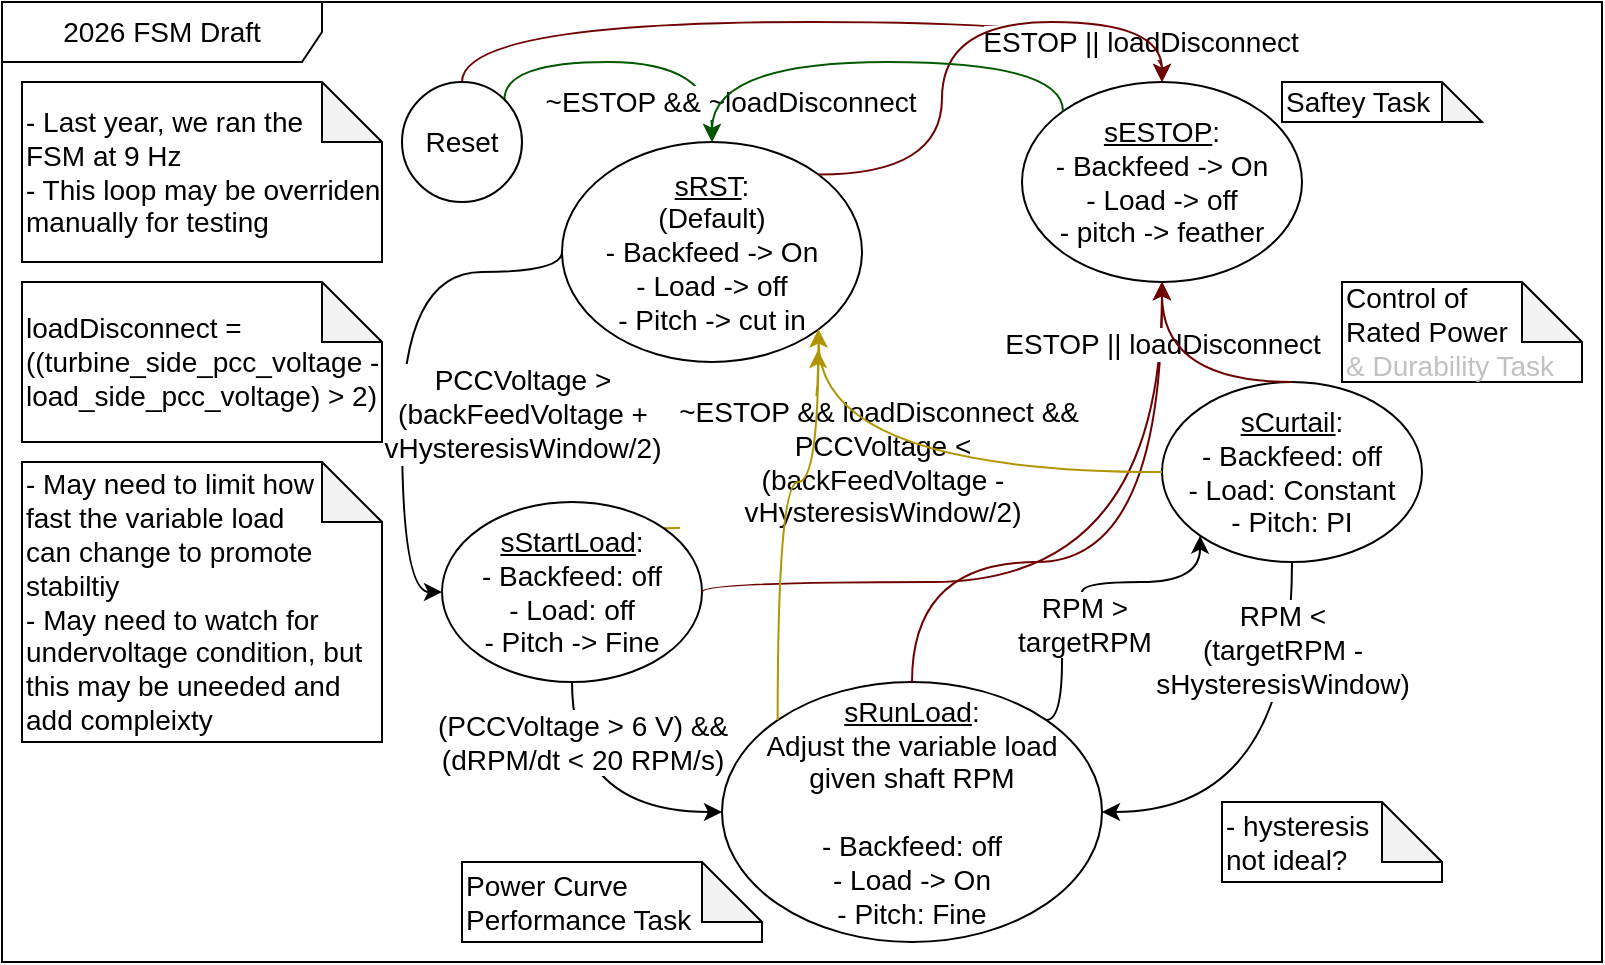
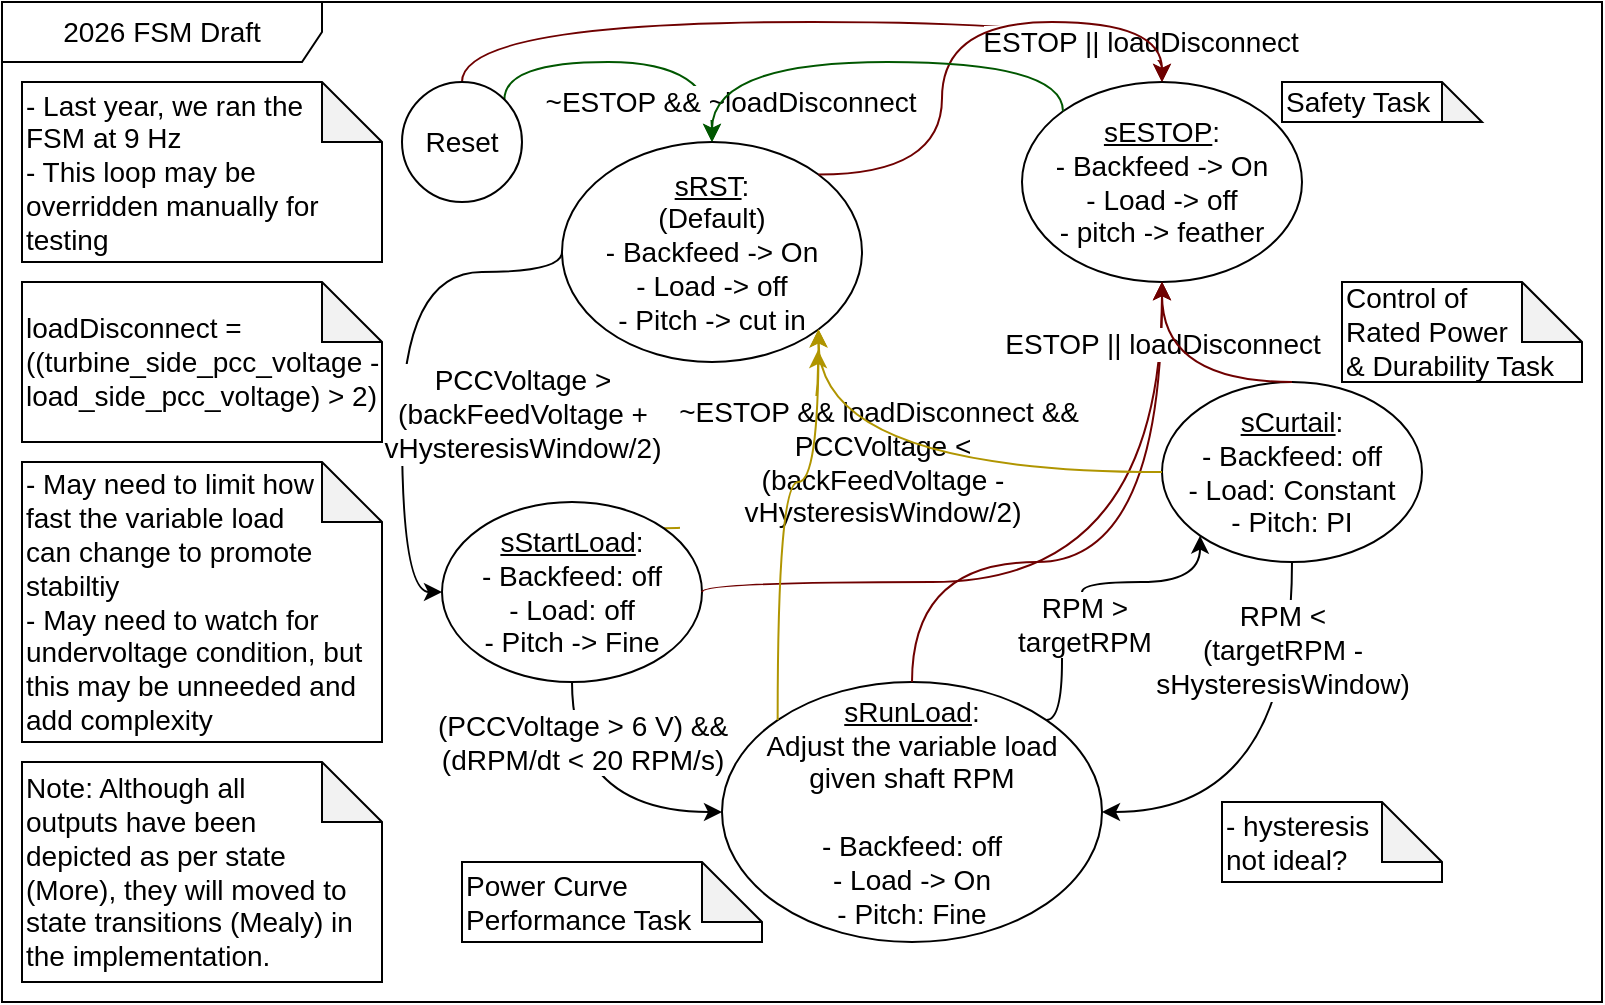
<mxfile host="65bd71144e">
    <diagram id="SB79aGflLbm6-LKJB5wv" name="Page-1">
-         <mxGraphModel dx="835" dy="476" grid="1" gridSize="10" guides="1" tooltips="1" connect="1" arrows="1" fold="1" page="1" pageScale="1" pageWidth="850" pageHeight="1100" math="0" shadow="0">
+         <mxGraphModel dx="1002" dy="571" grid="1" gridSize="10" guides="1" tooltips="1" connect="1" arrows="1" fold="1" page="1" pageScale="1" pageWidth="850" pageHeight="1100" math="0" shadow="0">
            <root>
                <mxCell id="0"/>
                <mxCell id="1" parent="0"/>
                <mxCell id="31" value="&lt;font style=&quot;font-size: 14px;&quot;&gt;2026 FSM Draft&lt;/font&gt;" style="shape=umlFrame;whiteSpace=wrap;html=1;pointerEvents=0;recursiveResize=0;container=1;collapsible=0;width=160;" parent="1" vertex="1">
-                     <mxGeometry x="10" y="10" width="800" height="480" as="geometry"/>
+                     <mxGeometry x="10" y="10" width="800" height="500" as="geometry"/>
                </mxCell>
-                 <mxCell id="43" value="&lt;font&gt;&lt;span style=&quot;font-size: 14px;&quot;&gt;- May need to&amp;nbsp;&lt;/span&gt;&lt;span style=&quot;font-size: 14px; background-color: transparent;&quot;&gt;limit how&lt;/span&gt;&lt;/font&gt;&lt;div&gt;&lt;span style=&quot;font-size: 14px; background-color: transparent;&quot;&gt;&lt;font&gt;fast the variable load&lt;/font&gt;&lt;/span&gt;&lt;/div&gt;&lt;div&gt;&lt;span style=&quot;font-size: 14px; background-color: transparent;&quot;&gt;&lt;font&gt;can change to promote stabiltiy&lt;/font&gt;&lt;/span&gt;&lt;div&gt;&lt;font&gt;&lt;span style=&quot;font-size: 14px;&quot;&gt;-&amp;nbsp;&lt;/span&gt;&lt;span style=&quot;font-size: 14px; text-align: center; background-color: transparent;&quot;&gt;May need to watch for undervoltage condition, but this may be uneeded and add compleixty&lt;/span&gt;&lt;/font&gt;&lt;/div&gt;&lt;/div&gt;" style="shape=note;whiteSpace=wrap;html=1;backgroundOutline=1;darkOpacity=0.05;align=left;" parent="31" vertex="1">
+                 <mxCell id="43" value="&lt;font&gt;&lt;span style=&quot;font-size: 14px;&quot;&gt;- May need to&amp;nbsp;&lt;/span&gt;&lt;span style=&quot;font-size: 14px; background-color: transparent;&quot;&gt;limit how&lt;/span&gt;&lt;/font&gt;&lt;div&gt;&lt;span style=&quot;font-size: 14px; background-color: transparent;&quot;&gt;&lt;font&gt;fast the variable load&lt;/font&gt;&lt;/span&gt;&lt;/div&gt;&lt;div&gt;&lt;span style=&quot;font-size: 14px; background-color: transparent;&quot;&gt;&lt;font&gt;can change to promote stabiltiy&lt;/font&gt;&lt;/span&gt;&lt;div&gt;&lt;font&gt;&lt;span style=&quot;font-size: 14px;&quot;&gt;-&amp;nbsp;&lt;/span&gt;&lt;span style=&quot;font-size: 14px; text-align: center; background-color: transparent;&quot;&gt;May need to watch for undervoltage condition, but this may be unneeded and add complexity&lt;/span&gt;&lt;/font&gt;&lt;/div&gt;&lt;/div&gt;" style="shape=note;whiteSpace=wrap;html=1;backgroundOutline=1;darkOpacity=0.05;align=left;" parent="31" vertex="1">
                    <mxGeometry x="10" y="230" width="180" height="140" as="geometry"/>
                </mxCell>
-                 <mxCell id="4" value="&lt;font style=&quot;font-size: 14px;&quot;&gt;- Last year, we ran the&lt;/font&gt;&lt;div&gt;&lt;font style=&quot;font-size: 14px;&quot;&gt;FSM at 9 Hz&lt;/font&gt;&lt;div&gt;&lt;font style=&quot;font-size: 14px;&quot;&gt;- This loop may be overriden manually for testing&lt;/font&gt;&lt;/div&gt;&lt;/div&gt;" style="shape=note;whiteSpace=wrap;html=1;backgroundOutline=1;darkOpacity=0.05;align=left;" parent="31" vertex="1">
+                 <mxCell id="4" value="&lt;font style=&quot;font-size: 14px;&quot;&gt;- Last year, we ran the&lt;/font&gt;&lt;div&gt;&lt;font style=&quot;font-size: 14px;&quot;&gt;FSM at 9 Hz&lt;/font&gt;&lt;div&gt;&lt;font style=&quot;font-size: 14px;&quot;&gt;- This loop may be overridden manually for testing&lt;/font&gt;&lt;/div&gt;&lt;/div&gt;" style="shape=note;whiteSpace=wrap;html=1;backgroundOutline=1;darkOpacity=0.05;align=left;" parent="31" vertex="1">
                    <mxGeometry x="10" y="40" width="180" height="90" as="geometry"/>
                </mxCell>
                <mxCell id="20" value="&lt;font style=&quot;font-size: 14px;&quot;&gt;loadDisconnect = ((turbine_side_pcc_voltage - load_side_pcc_voltage) &amp;gt; 2)&lt;/font&gt;" style="shape=note;whiteSpace=wrap;html=1;backgroundOutline=1;darkOpacity=0.05;align=left;" parent="31" vertex="1">
                    <mxGeometry x="10" y="140" width="180" height="80" as="geometry"/>
                </mxCell>
                <mxCell id="7" style="edgeStyle=orthogonalEdgeStyle;html=1;exitX=1;exitY=0;exitDx=0;exitDy=0;entryX=0.5;entryY=0;entryDx=0;entryDy=0;curved=1;fillColor=#008a00;strokeColor=#005700;" parent="31" source="6" target="5" edge="1">
                    <mxGeometry relative="1" as="geometry">
                        <Array as="points">
                            <mxPoint x="250.99999999999994" y="30"/>
                            <mxPoint x="354.99999999999994" y="30"/>
                        </Array>
                    </mxGeometry>
                </mxCell>
                <mxCell id="11" value="&lt;font style=&quot;font-size: 14px; color: light-dark(rgb(0, 0, 0), rgb(130, 205, 130));&quot;&gt;~ESTOP &amp;amp;&amp;amp; ~loadDisconnect&lt;/font&gt;" style="edgeLabel;html=1;align=center;verticalAlign=middle;resizable=0;points=[];" parent="7" vertex="1" connectable="0">
                    <mxGeometry x="0.2777" y="-3" relative="1" as="geometry">
                        <mxPoint x="27" y="17" as="offset"/>
                    </mxGeometry>
                </mxCell>
                <mxCell id="9" style="edgeStyle=orthogonalEdgeStyle;html=1;exitX=0.5;exitY=0;exitDx=0;exitDy=0;entryX=0.5;entryY=0;entryDx=0;entryDy=0;curved=1;fillColor=#a20025;strokeColor=#6F0000;" parent="31" source="6" target="8" edge="1">
                    <mxGeometry relative="1" as="geometry">
                        <Array as="points">
                            <mxPoint x="230" y="10"/>
                            <mxPoint x="580" y="10"/>
                        </Array>
                    </mxGeometry>
                </mxCell>
                <mxCell id="10" value="&lt;font style=&quot;font-size: 14px; color: light-dark(rgb(0, 0, 0), rgb(255, 197, 197));&quot;&gt;ESTOP ||&amp;nbsp;loadDisconnect&lt;/font&gt;" style="edgeLabel;html=1;align=center;verticalAlign=middle;resizable=0;points=[];" parent="9" vertex="1" connectable="0">
                    <mxGeometry x="0.0694" y="-1" relative="1" as="geometry">
                        <mxPoint x="150" y="9" as="offset"/>
                    </mxGeometry>
                </mxCell>
                <mxCell id="6" value="&lt;font style=&quot;font-size: 14px;&quot;&gt;Reset&lt;/font&gt;" style="ellipse;whiteSpace=wrap;html=1;" parent="31" vertex="1">
                    <mxGeometry x="199.99999999999994" y="40" width="60" height="60" as="geometry"/>
                </mxCell>
                <mxCell id="35" style="edgeStyle=orthogonalEdgeStyle;html=1;exitX=1;exitY=0;exitDx=0;exitDy=0;curved=1;fillColor=#e3c800;strokeColor=#B09500;" parent="31" source="22" edge="1">
                    <mxGeometry relative="1" as="geometry">
                        <mxPoint x="407.99999999999994" y="174" as="targetPoint"/>
                    </mxGeometry>
                </mxCell>
                <mxCell id="39" value="&lt;div&gt;&lt;font style=&quot;color: light-dark(rgb(0, 0, 0), rgb(141, 118, 0));&quot;&gt;&lt;font style=&quot;&quot;&gt;~ESTOP &amp;amp;&amp;amp;&amp;nbsp;&lt;/font&gt;&lt;span style=&quot;background-color: light-dark(#ffffff, var(--ge-dark-color, #121212));&quot;&gt;loadDisconnect &amp;amp;&amp;amp;&amp;nbsp;&lt;/span&gt;&lt;/font&gt;&lt;/div&gt;&lt;font style=&quot;color: light-dark(rgb(0, 0, 0), rgb(141, 118, 0));&quot;&gt;PCCVoltage &amp;lt;&lt;/font&gt;&lt;div&gt;&lt;font style=&quot;&quot;&gt;&lt;span style=&quot;background-color: light-dark(#ffffff, var(--ge-dark-color, #121212));&quot;&gt;&lt;font style=&quot;color: light-dark(rgb(0, 0, 0), rgb(141, 118, 0));&quot;&gt;(backFeedVoltage -&lt;/font&gt;&lt;/span&gt;&lt;/font&gt;&lt;div style=&quot;scrollbar-color: rgb(75, 75, 75) rgb(27, 29, 30);&quot;&gt;&lt;font style=&quot;scrollbar-color: rgb(75, 75, 75) rgb(27, 29, 30); color: light-dark(rgb(0, 0, 0), rgb(141, 118, 0));&quot;&gt;vHysteresisWindow/2)&lt;/font&gt;&lt;/div&gt;&lt;/div&gt;" style="edgeLabel;html=1;align=center;verticalAlign=middle;resizable=0;points=[];fontSize=14;" parent="35" vertex="1" connectable="0">
                    <mxGeometry x="-0.206" relative="1" as="geometry">
                        <mxPoint x="43" y="-33" as="offset"/>
                    </mxGeometry>
                </mxCell>
                <mxCell id="22" value="&lt;div&gt;&lt;font style=&quot;font-size: 14px;&quot;&gt;&lt;u&gt;sStartLoad&lt;/u&gt;:&lt;/font&gt;&lt;/div&gt;&lt;div&gt;&lt;div style=&quot;scrollbar-color: rgb(75, 75, 75) rgb(27, 29, 30);&quot;&gt;&lt;font style=&quot;font-size: 14px;&quot;&gt;- Backfeed: off&lt;/font&gt;&lt;/div&gt;&lt;div style=&quot;scrollbar-color: rgb(75, 75, 75) rgb(27, 29, 30);&quot;&gt;&lt;font style=&quot;font-size: 14px;&quot;&gt;- Load: off&lt;/font&gt;&lt;/div&gt;&lt;div style=&quot;scrollbar-color: rgb(75, 75, 75) rgb(27, 29, 30);&quot;&gt;&lt;font style=&quot;font-size: 14px;&quot;&gt;- Pitch -&amp;gt; Fine&lt;/font&gt;&lt;/div&gt;&lt;/div&gt;" style="ellipse;whiteSpace=wrap;html=1;" parent="31" vertex="1">
                    <mxGeometry x="219.99999999999994" y="250" width="130" height="90" as="geometry"/>
                </mxCell>
                <mxCell id="2" value="&lt;div&gt;&lt;font style=&quot;font-size: 14px;&quot;&gt;&lt;u&gt;sRunLoad&lt;/u&gt;:&lt;/font&gt;&lt;/div&gt;&lt;div&gt;&lt;font style=&quot;font-size: 14px;&quot;&gt;&lt;span&gt;Adjust the variable load&lt;/span&gt;&lt;/font&gt;&lt;/div&gt;&lt;div&gt;&lt;font&gt;&lt;font style=&quot;font-size: 14px;&quot;&gt;&lt;span&gt;given&amp;nbsp;&lt;/span&gt;&lt;/font&gt;&lt;span style=&quot;font-size: 14px; background-color: transparent;&quot;&gt;&lt;font&gt;shaft RPM&lt;/font&gt;&lt;/span&gt;&lt;/font&gt;&lt;/div&gt;&lt;div&gt;&lt;font style=&quot;font-size: 14px;&quot;&gt;&lt;span&gt;&lt;br&gt;&lt;/span&gt;&lt;/font&gt;&lt;/div&gt;&lt;div&gt;&lt;font style=&quot;font-size: 14px;&quot;&gt;- Backfeed: off&lt;/font&gt;&lt;/div&gt;&lt;div&gt;&lt;font style=&quot;font-size: 14px;&quot;&gt;- Load -&amp;gt; On&lt;/font&gt;&lt;/div&gt;&lt;div&gt;&lt;font style=&quot;font-size: 14px;&quot;&gt;- Pitch: Fine&lt;/font&gt;&lt;/div&gt;" style="ellipse;whiteSpace=wrap;html=1;" parent="31" vertex="1">
                    <mxGeometry x="359.99999999999994" y="340" width="190" height="130" as="geometry"/>
                </mxCell>
                <mxCell id="25" value="&lt;font style=&quot;font-size: 14px;&quot;&gt;(PCCVoltage &amp;gt;&amp;nbsp;&lt;span&gt;6 V) &amp;amp;&amp;amp;&lt;/span&gt;&lt;/font&gt;&lt;div&gt;&lt;font style=&quot;font-size: 14px;&quot;&gt;&lt;span&gt;(dRPM/dt &amp;lt; 20 RPM/s)&lt;/span&gt;&lt;/font&gt;&lt;/div&gt;" style="edgeStyle=orthogonalEdgeStyle;html=1;exitX=0.5;exitY=1;exitDx=0;exitDy=0;entryX=0;entryY=0.5;entryDx=0;entryDy=0;curved=1;" parent="31" source="22" target="2" edge="1">
                    <mxGeometry x="-0.5714" y="5" relative="1" as="geometry">
                        <mxPoint as="offset"/>
                    </mxGeometry>
                </mxCell>
                <mxCell id="34" value="&lt;span style=&quot;background-color: transparent; font-size: 14px; text-align: center;&quot;&gt;&lt;font&gt;- hysteresis&lt;/font&gt;&lt;/span&gt;&lt;div&gt;&lt;span style=&quot;background-color: transparent; font-size: 14px; text-align: center;&quot;&gt;&lt;font&gt;not ideal?&lt;/font&gt;&lt;/span&gt;&lt;/div&gt;" style="shape=note;whiteSpace=wrap;html=1;backgroundOutline=1;darkOpacity=0.05;align=left;" parent="31" vertex="1">
                    <mxGeometry x="610" y="400" width="110" height="40" as="geometry"/>
                </mxCell>
                <mxCell id="8" value="&lt;div&gt;&lt;font style=&quot;font-size: 14px;&quot;&gt;&lt;u&gt;sESTOP&lt;/u&gt;:&lt;/font&gt;&lt;/div&gt;&lt;div&gt;&lt;font style=&quot;font-size: 14px;&quot;&gt;&lt;div style=&quot;scrollbar-color: rgb(75, 75, 75) rgb(27, 29, 30); font-size: 12px;&quot;&gt;&lt;font style=&quot;scrollbar-color: rgb(75, 75, 75) rgb(27, 29, 30); font-size: 14px;&quot;&gt;- Backfeed -&amp;gt; On&lt;/font&gt;&lt;/div&gt;&lt;div style=&quot;scrollbar-color: rgb(75, 75, 75) rgb(27, 29, 30); font-size: 12px;&quot;&gt;&lt;font style=&quot;scrollbar-color: rgb(75, 75, 75) rgb(27, 29, 30); font-size: 14px;&quot;&gt;- Load -&amp;gt; off&lt;/font&gt;&lt;/div&gt;&lt;/font&gt;&lt;/div&gt;&lt;div&gt;&lt;font style=&quot;font-size: 14px;&quot;&gt;- pitch -&amp;gt; feather&lt;/font&gt;&lt;/div&gt;" style="ellipse;whiteSpace=wrap;html=1;" parent="31" vertex="1">
                    <mxGeometry x="510" y="40" width="140" height="100" as="geometry"/>
                </mxCell>
                <mxCell id="28" style="edgeStyle=orthogonalEdgeStyle;html=1;exitX=0.5;exitY=0;exitDx=0;exitDy=0;entryX=0.5;entryY=1;entryDx=0;entryDy=0;curved=1;fillColor=#a20025;strokeColor=#6F0000;" parent="31" source="2" target="8" edge="1">
                    <mxGeometry relative="1" as="geometry">
                        <Array as="points">
                            <mxPoint x="454.99999999999994" y="280"/>
                            <mxPoint x="580" y="280"/>
                        </Array>
                    </mxGeometry>
                </mxCell>
                <mxCell id="27" style="edgeStyle=orthogonalEdgeStyle;html=1;exitX=1;exitY=0.5;exitDx=0;exitDy=0;entryX=0.5;entryY=1;entryDx=0;entryDy=0;curved=1;fillColor=#a20025;strokeColor=#6F0000;" parent="31" source="22" target="8" edge="1">
                    <mxGeometry relative="1" as="geometry">
                        <Array as="points">
                            <mxPoint x="349.99999999999994" y="290"/>
                            <mxPoint x="580" y="290"/>
                        </Array>
                    </mxGeometry>
                </mxCell>
                <mxCell id="30" value="&lt;font style=&quot;font-size: 14px; color: light-dark(rgb(0, 0, 0), rgb(255, 197, 197));&quot;&gt;ESTOP || loadDisconnect&lt;/font&gt;" style="edgeLabel;html=1;align=center;verticalAlign=middle;resizable=0;points=[];" parent="27" vertex="1" connectable="0">
                    <mxGeometry x="0.6492" y="16" relative="1" as="geometry">
                        <mxPoint x="16" y="-37" as="offset"/>
                    </mxGeometry>
                </mxCell>
                <mxCell id="3" value="&lt;div&gt;&lt;font style=&quot;font-size: 14px;&quot;&gt;&lt;u&gt;sCurtail&lt;/u&gt;:&lt;/font&gt;&lt;/div&gt;&lt;div&gt;&lt;div style=&quot;scrollbar-color: rgb(75, 75, 75) rgb(27, 29, 30);&quot;&gt;&lt;font style=&quot;scrollbar-color: rgb(75, 75, 75) rgb(27, 29, 30); font-size: 14px;&quot;&gt;- Backfeed: off&lt;/font&gt;&lt;/div&gt;&lt;div style=&quot;scrollbar-color: rgb(75, 75, 75) rgb(27, 29, 30);&quot;&gt;&lt;font style=&quot;scrollbar-color: rgb(75, 75, 75) rgb(27, 29, 30); font-size: 14px;&quot;&gt;- Load: Constant&lt;/font&gt;&lt;/div&gt;&lt;div style=&quot;scrollbar-color: rgb(75, 75, 75) rgb(27, 29, 30);&quot;&gt;&lt;font style=&quot;scrollbar-color: rgb(75, 75, 75) rgb(27, 29, 30); font-size: 14px;&quot;&gt;- Pitch: PI&lt;/font&gt;&lt;/div&gt;&lt;/div&gt;" style="ellipse;whiteSpace=wrap;html=1;" parent="31" vertex="1">
                    <mxGeometry x="580" y="190" width="130" height="90" as="geometry"/>
                </mxCell>
                <mxCell id="29" style="edgeStyle=orthogonalEdgeStyle;html=1;exitX=0.5;exitY=0;exitDx=0;exitDy=0;entryX=0.5;entryY=1;entryDx=0;entryDy=0;curved=1;fillColor=#a20025;strokeColor=#6F0000;" parent="31" source="3" target="8" edge="1">
                    <mxGeometry relative="1" as="geometry">
                        <Array as="points">
                            <mxPoint x="580" y="190"/>
                        </Array>
                    </mxGeometry>
                </mxCell>
                <mxCell id="26" value="&lt;font style=&quot;font-size: 14px;&quot;&gt;RPM &amp;gt;&lt;/font&gt;&lt;div&gt;&lt;font style=&quot;font-size: 14px;&quot;&gt;targetRPM&lt;/font&gt;&lt;/div&gt;" style="edgeStyle=orthogonalEdgeStyle;html=1;exitX=1;exitY=0;exitDx=0;exitDy=0;entryX=0;entryY=1;entryDx=0;entryDy=0;curved=1;" parent="31" source="2" target="3" edge="1">
                    <mxGeometry x="-0.3444" y="-11" relative="1" as="geometry">
                        <Array as="points">
                            <mxPoint x="530" y="359"/>
                            <mxPoint x="530" y="300"/>
                            <mxPoint x="540" y="300"/>
                            <mxPoint x="540" y="290"/>
                            <mxPoint x="599" y="290"/>
                        </Array>
                        <mxPoint as="offset"/>
                    </mxGeometry>
                </mxCell>
                <mxCell id="42" value="&lt;font style=&quot;font-size: 14px;&quot;&gt;RPM &amp;lt;&lt;/font&gt;&lt;div&gt;&lt;font style=&quot;font-size: 14px;&quot;&gt;(targetRPM -&lt;/font&gt;&lt;/div&gt;&lt;div&gt;&lt;font style=&quot;font-size: 14px;&quot;&gt;sHysteresisWindow)&lt;/font&gt;&lt;/div&gt;" style="edgeStyle=orthogonalEdgeStyle;html=1;exitX=0.5;exitY=1;exitDx=0;exitDy=0;entryX=1;entryY=0.5;entryDx=0;entryDy=0;curved=1;" parent="31" source="3" target="2" edge="1">
                    <mxGeometry x="-0.6" y="-5" relative="1" as="geometry">
                        <mxPoint as="offset"/>
                    </mxGeometry>
                </mxCell>
                <mxCell id="5" value="&lt;div&gt;&lt;font style=&quot;font-size: 14px;&quot;&gt;&lt;u&gt;sRST&lt;/u&gt;:&lt;/font&gt;&lt;/div&gt;&lt;div&gt;&lt;font style=&quot;font-size: 14px;&quot;&gt;(Default)&lt;/font&gt;&lt;/div&gt;&lt;div&gt;&lt;font style=&quot;font-size: 14px;&quot;&gt;- Backfeed -&amp;gt; On&lt;/font&gt;&lt;/div&gt;&lt;div&gt;&lt;font style=&quot;font-size: 14px;&quot;&gt;- Load -&amp;gt; off&lt;/font&gt;&lt;/div&gt;&lt;div&gt;&lt;font style=&quot;font-size: 14px;&quot;&gt;- Pitch -&amp;gt; cut in&lt;/font&gt;&lt;/div&gt;" style="ellipse;whiteSpace=wrap;html=1;" parent="31" vertex="1">
                    <mxGeometry x="279.99999999999994" y="70" width="150" height="109.96" as="geometry"/>
                </mxCell>
                <mxCell id="17" style="edgeStyle=orthogonalEdgeStyle;html=1;exitX=1;exitY=0;exitDx=0;exitDy=0;entryX=0.5;entryY=0;entryDx=0;entryDy=0;curved=1;fillColor=#a20025;strokeColor=#6F0000;" parent="31" source="5" target="8" edge="1">
                    <mxGeometry relative="1" as="geometry">
                        <Array as="points">
                            <mxPoint x="469.99999999999994" y="86"/>
                            <mxPoint x="469.99999999999994" y="10"/>
                            <mxPoint x="580" y="10"/>
                        </Array>
                    </mxGeometry>
                </mxCell>
                <mxCell id="24" value="&lt;font style=&quot;font-size: 14px;&quot;&gt;PCCVoltage &amp;gt;&lt;/font&gt;&lt;div&gt;&lt;font style=&quot;font-size: 14px;&quot;&gt;(backFeedVoltage +&lt;/font&gt;&lt;/div&gt;&lt;div&gt;&lt;font style=&quot;font-size: 14px;&quot;&gt;vHysteresisWindow/2)&lt;/font&gt;&lt;/div&gt;" style="edgeStyle=orthogonalEdgeStyle;html=1;exitX=0;exitY=0.5;exitDx=0;exitDy=0;entryX=0;entryY=0.5;entryDx=0;entryDy=0;curved=1;" parent="31" source="5" target="22" edge="1">
                    <mxGeometry x="0.1921" y="60" relative="1" as="geometry">
                        <Array as="points">
                            <mxPoint x="199.99999999999994" y="135"/>
                            <mxPoint x="199.99999999999994" y="295"/>
                        </Array>
                        <mxPoint as="offset"/>
                    </mxGeometry>
                </mxCell>
                <mxCell id="37" style="edgeStyle=orthogonalEdgeStyle;html=1;exitX=0;exitY=0;exitDx=0;exitDy=0;entryX=1;entryY=1;entryDx=0;entryDy=0;fillColor=#e3c800;strokeColor=#B09500;curved=1;" parent="31" source="2" target="5" edge="1">
                    <mxGeometry relative="1" as="geometry">
                        <Array as="points">
                            <mxPoint x="387.99999999999994" y="240"/>
                            <mxPoint x="407.99999999999994" y="240"/>
                        </Array>
                    </mxGeometry>
                </mxCell>
                <mxCell id="38" style="edgeStyle=orthogonalEdgeStyle;html=1;exitX=0;exitY=0.5;exitDx=0;exitDy=0;entryX=1;entryY=1;entryDx=0;entryDy=0;fillColor=#e3c800;strokeColor=#B09500;curved=1;" parent="31" source="3" target="5" edge="1">
                    <mxGeometry relative="1" as="geometry">
                        <Array as="points">
                            <mxPoint x="407.99999999999994" y="235"/>
                        </Array>
                    </mxGeometry>
                </mxCell>
                <mxCell id="19" style="edgeStyle=orthogonalEdgeStyle;html=1;exitX=0;exitY=0;exitDx=0;exitDy=0;curved=1;fillColor=#008a00;strokeColor=#005700;entryX=0.5;entryY=0;entryDx=0;entryDy=0;" parent="31" source="8" target="5" edge="1">
                    <mxGeometry relative="1" as="geometry">
                        <mxPoint x="359.99999999999994" y="80.03999999999996" as="targetPoint"/>
                        <Array as="points">
                            <mxPoint x="531" y="30"/>
                            <mxPoint x="354.99999999999994" y="30"/>
                        </Array>
                    </mxGeometry>
                </mxCell>
-                 <mxCell id="44" value="&lt;span style=&quot;font-size: 14px;&quot;&gt;Power Curve&lt;/span&gt;&lt;div&gt;&lt;span style=&quot;font-size: 14px;&quot;&gt;Performance Task&lt;/span&gt;&lt;/div&gt;" style="shape=note;whiteSpace=wrap;html=1;backgroundOutline=1;darkOpacity=0.05;align=left;" vertex="1" parent="31">
+                 <mxCell id="44" value="&lt;span style=&quot;font-size: 14px;&quot;&gt;Power Curve&lt;/span&gt;&lt;div&gt;&lt;span style=&quot;font-size: 14px;&quot;&gt;Performance Task&lt;/span&gt;&lt;/div&gt;" style="shape=note;whiteSpace=wrap;html=1;backgroundOutline=1;darkOpacity=0.05;align=left;" parent="31" vertex="1">
                    <mxGeometry x="230" y="430" width="150" height="40" as="geometry"/>
                </mxCell>
-                 <mxCell id="47" value="&lt;div&gt;&lt;span style=&quot;font-size: 14px;&quot;&gt;&lt;font&gt;Control of&lt;/font&gt;&lt;/span&gt;&lt;/div&gt;&lt;div&gt;&lt;font&gt;&lt;span style=&quot;font-size: 14px;&quot;&gt;Rated&amp;nbsp;&lt;/span&gt;&lt;span style=&quot;font-size: 14px; background-color: transparent;&quot;&gt;&lt;font&gt;Power&lt;/font&gt;&lt;/span&gt;&lt;/font&gt;&lt;/div&gt;&lt;div&gt;&lt;span style=&quot;font-size: 14px; background-color: transparent; color: rgb(192, 192, 192);&quot;&gt;&lt;font&gt;&amp;amp; Durability Task&lt;/font&gt;&lt;/span&gt;&lt;/div&gt;" style="shape=note;whiteSpace=wrap;html=1;backgroundOutline=1;darkOpacity=0.05;align=left;" vertex="1" parent="31">
+                 <mxCell id="47" value="&lt;div&gt;&lt;span style=&quot;font-size: 14px;&quot;&gt;&lt;font&gt;Control of&lt;/font&gt;&lt;/span&gt;&lt;/div&gt;&lt;div&gt;&lt;font&gt;&lt;span style=&quot;font-size: 14px;&quot;&gt;Rated&amp;nbsp;&lt;/span&gt;&lt;span style=&quot;font-size: 14px; background-color: transparent;&quot;&gt;&lt;font&gt;Power&lt;/font&gt;&lt;/span&gt;&lt;/font&gt;&lt;/div&gt;&lt;div&gt;&lt;span style=&quot;font-size: 14px; background-color: transparent;&quot;&gt;&lt;font&gt;&amp;amp; Durability Task&lt;/font&gt;&lt;/span&gt;&lt;/div&gt;" style="shape=note;whiteSpace=wrap;html=1;backgroundOutline=1;darkOpacity=0.05;align=left;" parent="31" vertex="1">
                    <mxGeometry x="670" y="140" width="120" height="50" as="geometry"/>
                </mxCell>
-                 <mxCell id="48" value="&lt;div&gt;&lt;span style=&quot;font-size: 14px;&quot;&gt;Saftey Task&lt;/span&gt;&lt;/div&gt;" style="shape=note;whiteSpace=wrap;html=1;backgroundOutline=1;darkOpacity=0.05;align=left;" vertex="1" parent="31">
+                 <mxCell id="48" value="&lt;div&gt;&lt;span style=&quot;font-size: 14px;&quot;&gt;Safety Task&lt;/span&gt;&lt;/div&gt;" style="shape=note;whiteSpace=wrap;html=1;backgroundOutline=1;darkOpacity=0.05;align=left;" parent="31" vertex="1">
                    <mxGeometry x="640" y="40" width="100" height="20" as="geometry"/>
+                 </mxCell>
+                 <mxCell id="49" value="&lt;span style=&quot;font-size: 14px;&quot;&gt;Note: Although all&lt;/span&gt;&lt;div&gt;&lt;span style=&quot;font-size: 14px;&quot;&gt;outputs have been&lt;/span&gt;&lt;/div&gt;&lt;div&gt;&lt;span style=&quot;font-size: 14px;&quot;&gt;depicted as per state (More), they will moved to state transitions (Mealy) in the implementation.&lt;/span&gt;&lt;/div&gt;" style="shape=note;whiteSpace=wrap;html=1;backgroundOutline=1;darkOpacity=0.05;align=left;" parent="31" vertex="1">
+                     <mxGeometry x="10" y="380" width="180" height="110" as="geometry"/>
                </mxCell>
            </root>
        </mxGraphModel>
    </diagram>
</mxfile>